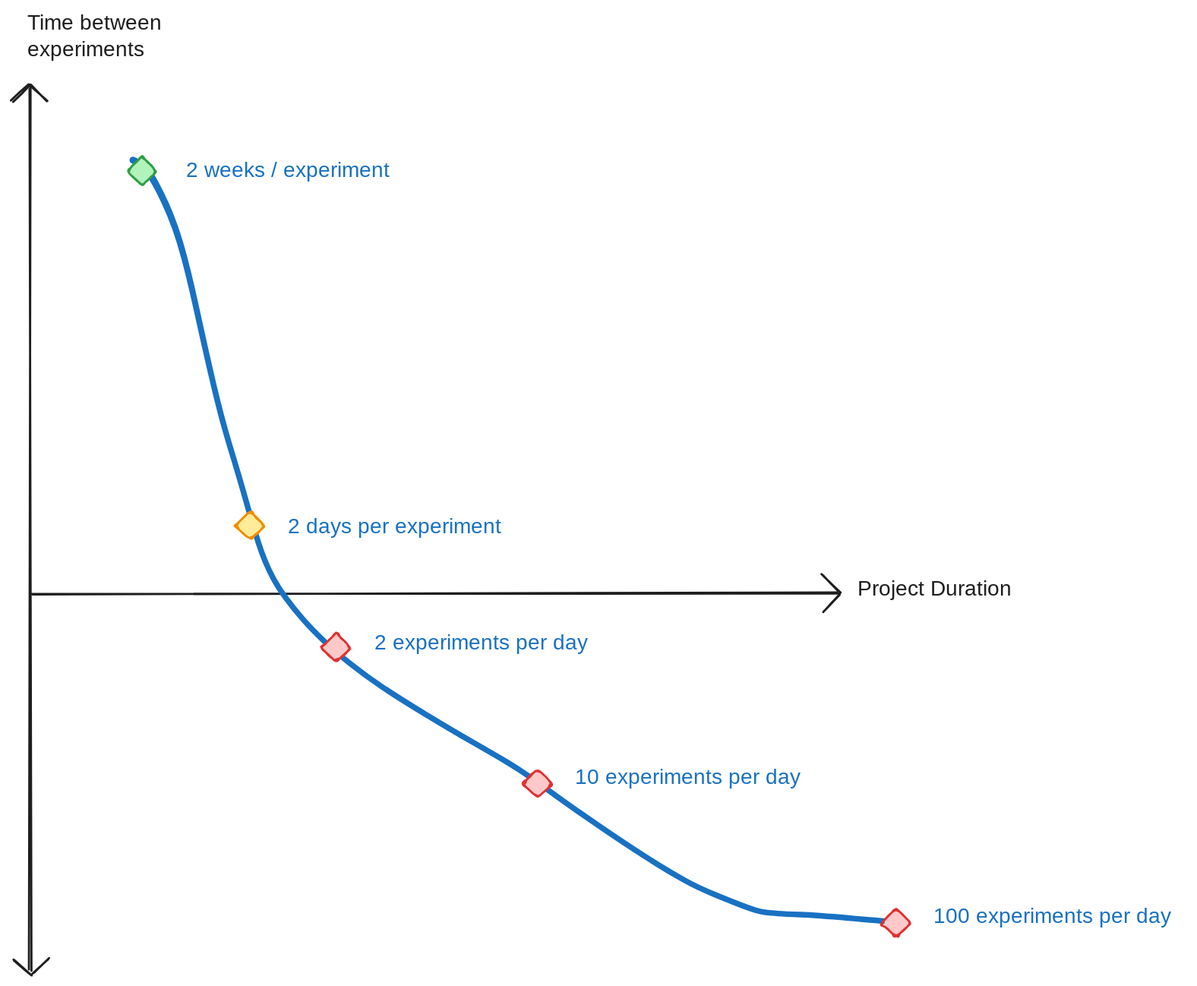
This is docs/src/blog/posts/infrastructure_stack/attachments/speed.excalidraw.svg from everycure-org/matrix, a Excalidraw export, as it was before one commit. Source tidied: one line per element, renumbered; positions are measured from the earlier drawing's top-left corner, leaving out a move shared by most shapes. The source it was exported from:
```json
{"id": 0, "type": "line", "strokeColor": "#1e1e1e", "strokeWidth": 2, "roughness": 1, "round": true, "x": 16, "y": 72, "width": 0, "height": 831, "points": [[0, 0], [0, 831]]}
{"id": 1, "type": "line", "strokeColor": "#1e1e1e", "strokeWidth": 2, "roughness": 1, "round": true, "x": 19, "y": 548, "width": 758, "height": 0, "points": [[0, 0], [758, 0]]}
{"id": 2, "type": "text", "text": "Time between \nexperiments", "strokeColor": "#1e1e1e", "strokeWidth": 2, "roughness": 1, "fontSize": 20, "fontFamily": 1, "x": 14, "y": 0, "width": 140, "height": 50}
{"id": 3, "type": "freedraw", "strokeColor": "#1971c2", "strokeWidth": 2, "roughness": 1, "x": 114, "y": 141, "width": 747, "height": 719, "points": [[0, 0], [1, 0], [4, 1], [9, 5], [15, 11], [22, 20], [38, 55], [48, 82], [55, 112], [62, 147], [69, 184], [77, 218], [82, 238], [88, 260], [95, 281], [101, 300], [106, 319], [110, 333], [113, 345], [119, 363], [125, 382], [133, 398], [144, 415], [161, 435], [180, 455], [208, 479], [240, 502], [273, 522], [339, 559], [369, 576], [379, 583], [406, 603], [430, 621], [478, 653], [504, 670], [527, 683], [549, 694], [587, 707], [594, 709], [598, 709], [608, 709], [622, 710], [665, 711], [747, 719], [747, 719]]}
{"id": 4, "type": "text", "text": "2 weeks / experiment", "strokeColor": "#1971c2", "strokeWidth": 2, "roughness": 1, "fontSize": 20, "fontFamily": 1, "x": 163, "y": 138, "width": 209, "height": 25}
{"id": 5, "type": "diamond", "strokeColor": "#2f9e44", "backgroundColor": "#b2f2bb", "fillStyle": "solid", "strokeWidth": 2, "roughness": 1, "round": true, "x": 108, "y": 137, "width": 28, "height": 27}
{"id": 6, "type": "diamond", "strokeColor": "#f08c00", "backgroundColor": "#ffec99", "fillStyle": "solid", "strokeWidth": 2, "roughness": 1, "round": true, "x": 210, "y": 471, "width": 28, "height": 27}
{"id": 7, "type": "diamond", "strokeColor": "#e03131", "backgroundColor": "#ffc9c9", "fillStyle": "solid", "strokeWidth": 2, "roughness": 1, "round": true, "x": 291, "y": 585, "width": 28, "height": 27}
{"id": 8, "type": "diamond", "strokeColor": "#e03131", "backgroundColor": "#ffc9c9", "fillStyle": "solid", "strokeWidth": 2, "roughness": 1, "round": true, "x": 818, "y": 844, "width": 28, "height": 27}
{"id": 9, "type": "text", "text": "2 days per experiment", "strokeColor": "#1971c2", "strokeWidth": 2, "roughness": 1, "fontSize": 20, "fontFamily": 1, "x": 259, "y": 474, "width": 219, "height": 25}
{"id": 10, "type": "text", "text": "2 experiments per day", "strokeColor": "#1971c2", "strokeWidth": 2, "roughness": 1, "fontSize": 20, "fontFamily": 1, "x": 341, "y": 583, "width": 219, "height": 25}
{"id": 11, "type": "text", "text": "100 experiments per day", "strokeColor": "#1971c2", "strokeWidth": 2, "roughness": 1, "fontSize": 20, "fontFamily": 1, "x": 867, "y": 840, "width": 237, "height": 25}
{"id": 12, "type": "diamond", "strokeColor": "#e03131", "backgroundColor": "#ffc9c9", "fillStyle": "solid", "strokeWidth": 2, "roughness": 1, "round": true, "x": 480, "y": 713, "width": 28, "height": 27}
{"id": 13, "type": "text", "text": "10 experiments per day", "strokeColor": "#1971c2", "strokeWidth": 2, "roughness": 1, "fontSize": 20, "fontFamily": 1, "x": 529, "y": 709, "width": 224, "height": 25}
{"id": 14, "type": "line", "strokeColor": "#1e1e1e", "backgroundColor": "#ffec99", "fillStyle": "solid", "strokeWidth": 2, "roughness": 1, "round": true, "x": 763, "y": 531, "width": 15, "height": 15, "points": [[0, 0], [15, 15]]}
{"id": 15, "type": "line", "strokeColor": "#1e1e1e", "backgroundColor": "#ffec99", "fillStyle": "solid", "strokeWidth": 2, "roughness": 1, "round": true, "x": 764, "y": 565, "width": 14, "height": 16, "points": [[0, 0], [14, -16]]}
{"id": 16, "type": "line", "strokeColor": "#1e1e1e", "angle": 4.75, "backgroundColor": "#ffec99", "fillStyle": "solid", "strokeWidth": 2, "roughness": 1, "round": true, "x": 0, "y": 70, "width": 15, "height": 15, "points": [[0, 0], [15, 15]]}
{"id": 17, "type": "line", "strokeColor": "#1e1e1e", "angle": 4.75, "backgroundColor": "#ffec99", "fillStyle": "solid", "strokeWidth": 2, "roughness": 1, "round": true, "x": 18, "y": 86, "width": 14, "height": 16, "points": [[0, 0], [14, -16]]}
{"id": 18, "type": "line", "strokeColor": "#1e1e1e", "angle": 1.57, "backgroundColor": "#ffec99", "fillStyle": "solid", "strokeWidth": 2, "roughness": 1, "round": true, "x": 20, "y": 891, "width": 15, "height": 15, "points": [[0, 0], [15, 15]]}
{"id": 19, "type": "line", "strokeColor": "#1e1e1e", "angle": 1.57, "backgroundColor": "#ffec99", "fillStyle": "solid", "strokeWidth": 2, "roughness": 1, "round": true, "x": 3, "y": 908, "width": 14, "height": 16, "points": [[0, 0], [14, -16]]}
{"id": 20, "type": "text", "text": "Project Duration", "strokeColor": "#1e1e1e", "strokeWidth": 2, "roughness": 1, "fontSize": 20, "fontFamily": 1, "x": 795, "y": 532, "width": 167, "height": 25}
```
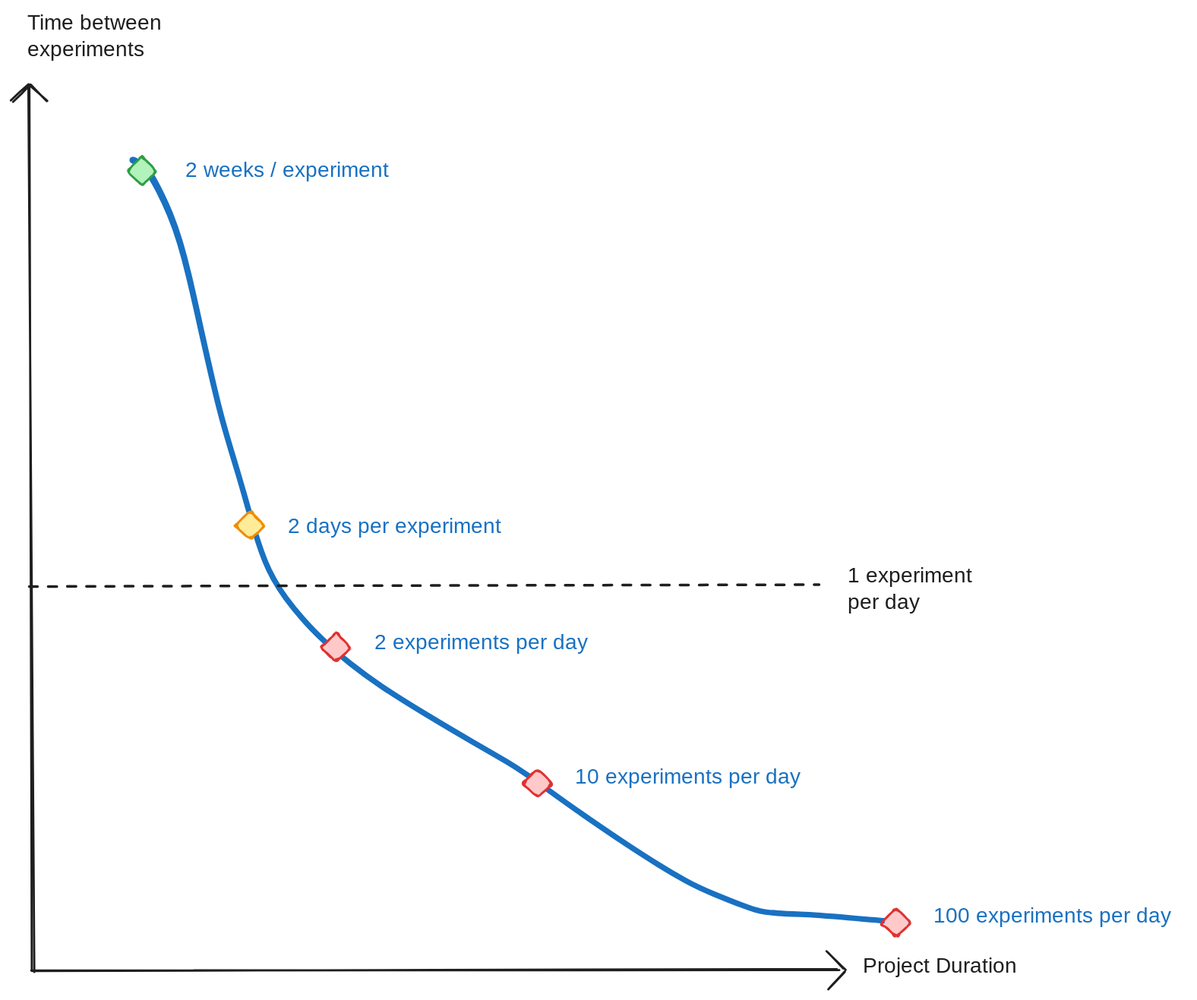
Later version of the same file.

Change to the diagram source:
```diff
@@ -1,5 +1,5 @@
-{"id": 0, "type": "line", "strokeColor": "#1e1e1e", "strokeWidth": 2, "roughness": 1, "round": true, "x": 16, "y": 72, "width": 0, "height": 831, "points": [[0, 0], [0, 831]]}
+{"id": 0, "type": "line", "strokeColor": "#1e1e1e", "strokeWidth": 2, "roughness": 1, "round": true, "x": 15, "y": 71, "width": 4, "height": 833, "points": [[0, 0], [4, 833]]}
-{"id": 1, "type": "line", "strokeColor": "#1e1e1e", "strokeWidth": 2, "roughness": 1, "round": true, "x": 19, "y": 548, "width": 758, "height": 0, "points": [[0, 0], [758, 0]]}
+{"id": 1, "type": "line", "strokeColor": "#1e1e1e", "strokeWidth": 2, "roughness": 1, "round": true, "x": 18, "y": 903, "width": 758, "height": 0, "points": [[0, 0], [758, 0]]}
 {"id": 2, "type": "text", "text": "Time between \nexperiments", "strokeColor": "#1e1e1e", "strokeWidth": 2, "roughness": 1, "fontSize": 20, "fontFamily": 1, "x": 14, "y": 0, "width": 140, "height": 50}
 {"id": 3, "type": "freedraw", "strokeColor": "#1971c2", "strokeWidth": 2, "roughness": 1, "x": 114, "y": 141, "width": 747, "height": 719, "points": [[0, 0], [1, 0], [4, 1], [9, 5], [15, 11], [22, 20], [38, 55], [48, 82], [55, 112], [62, 147], [69, 184], [77, 218], [82, 238], [88, 260], [95, 281], [101, 300], [106, 319], [110, 333], [113, 345], [119, 363], [125, 382], [133, 398], [144, 415], [161, 435], [180, 455], [208, 479], [240, 502], [273, 522], [339, 559], [369, 576], [379, 583], [406, 603], [430, 621], [478, 653], [504, 670], [527, 683], [549, 694], [587, 707], [594, 709], [598, 709], [608, 709], [622, 710], [665, 711], [747, 719], [747, 719]]}
 {"id": 4, "type": "text", "text": "2 weeks / experiment", "strokeColor": "#1971c2", "strokeWidth": 2, "roughness": 1, "fontSize": 20, "fontFamily": 1, "x": 163, "y": 138, "width": 209, "height": 25}
@@ -12,10 +12,10 @@
 {"id": 11, "type": "text", "text": "100 experiments per day", "strokeColor": "#1971c2", "strokeWidth": 2, "roughness": 1, "fontSize": 20, "fontFamily": 1, "x": 867, "y": 840, "width": 237, "height": 25}
 {"id": 12, "type": "diamond", "strokeColor": "#e03131", "backgroundColor": "#ffc9c9", "fillStyle": "solid", "strokeWidth": 2, "roughness": 1, "round": true, "x": 480, "y": 713, "width": 28, "height": 27}
 {"id": 13, "type": "text", "text": "10 experiments per day", "strokeColor": "#1971c2", "strokeWidth": 2, "roughness": 1, "fontSize": 20, "fontFamily": 1, "x": 529, "y": 709, "width": 224, "height": 25}
-{"id": 14, "type": "line", "strokeColor": "#1e1e1e", "backgroundColor": "#ffec99", "fillStyle": "solid", "strokeWidth": 2, "roughness": 1, "round": true, "x": 763, "y": 531, "width": 15, "height": 15, "points": [[0, 0], [15, 15]]}
+{"id": 14, "type": "line", "strokeColor": "#1e1e1e", "backgroundColor": "#ffec99", "fillStyle": "solid", "strokeWidth": 2, "roughness": 1, "round": true, "x": 767, "y": 887, "width": 15, "height": 15, "points": [[0, 0], [15, 15]]}
-{"id": 15, "type": "line", "strokeColor": "#1e1e1e", "backgroundColor": "#ffec99", "fillStyle": "solid", "strokeWidth": 2, "roughness": 1, "round": true, "x": 764, "y": 565, "width": 14, "height": 16, "points": [[0, 0], [14, -16]]}
+{"id": 15, "type": "line", "strokeColor": "#1e1e1e", "backgroundColor": "#ffec99", "fillStyle": "solid", "strokeWidth": 2, "roughness": 1, "round": true, "x": 768, "y": 920, "width": 14, "height": 16, "points": [[0, 0], [14, -16]]}
 {"id": 16, "type": "line", "strokeColor": "#1e1e1e", "angle": 4.75, "backgroundColor": "#ffec99", "fillStyle": "solid", "strokeWidth": 2, "roughness": 1, "round": true, "x": 0, "y": 70, "width": 15, "height": 15, "points": [[0, 0], [15, 15]]}
 {"id": 17, "type": "line", "strokeColor": "#1e1e1e", "angle": 4.75, "backgroundColor": "#ffec99", "fillStyle": "solid", "strokeWidth": 2, "roughness": 1, "round": true, "x": 18, "y": 86, "width": 14, "height": 16, "points": [[0, 0], [14, -16]]}
-{"id": 18, "type": "line", "strokeColor": "#1e1e1e", "angle": 1.57, "backgroundColor": "#ffec99", "fillStyle": "solid", "strokeWidth": 2, "roughness": 1, "round": true, "x": 20, "y": 891, "width": 15, "height": 15, "points": [[0, 0], [15, 15]]}
-{"id": 19, "type": "line", "strokeColor": "#1e1e1e", "angle": 1.57, "backgroundColor": "#ffec99", "fillStyle": "solid", "strokeWidth": 2, "roughness": 1, "round": true, "x": 3, "y": 908, "width": 14, "height": 16, "points": [[0, 0], [14, -16]]}
-{"id": 20, "type": "text", "text": "Project Duration", "strokeColor": "#1e1e1e", "strokeWidth": 2, "roughness": 1, "fontSize": 20, "fontFamily": 1, "x": 795, "y": 532, "width": 167, "height": 25}
+{"id": 20, "type": "text", "text": "Project Duration", "strokeColor": "#1e1e1e", "strokeWidth": 2, "roughness": 1, "fontSize": 20, "fontFamily": 1, "x": 800, "y": 887, "width": 167, "height": 25}
+{"id": 21, "type": "line", "strokeColor": "#1e1e1e", "strokeWidth": 2, "strokeStyle": "dashed", "roughness": 1, "round": true, "x": 17, "y": 543, "width": 743, "height": 2, "points": [[0, 0], [743, -2]]}
+{"id": 22, "type": "text", "text": "1 experiment\nper day", "strokeColor": "#1e1e1e", "strokeWidth": 2, "roughness": 1, "fontSize": 20, "fontFamily": 1, "x": 786, "y": 520, "width": 116, "height": 50}
```
